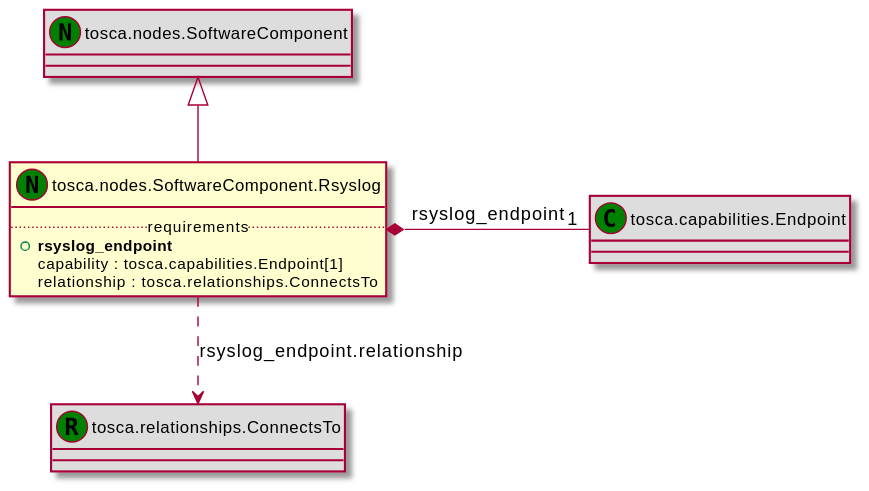
Above: examples/ariatosca/diagrams/uml2/rsyslog-uml2-class-diagram.svg in Orange-OpenSource/Cloudnet-TOSCA-toolbox (PlantUML), before the change.
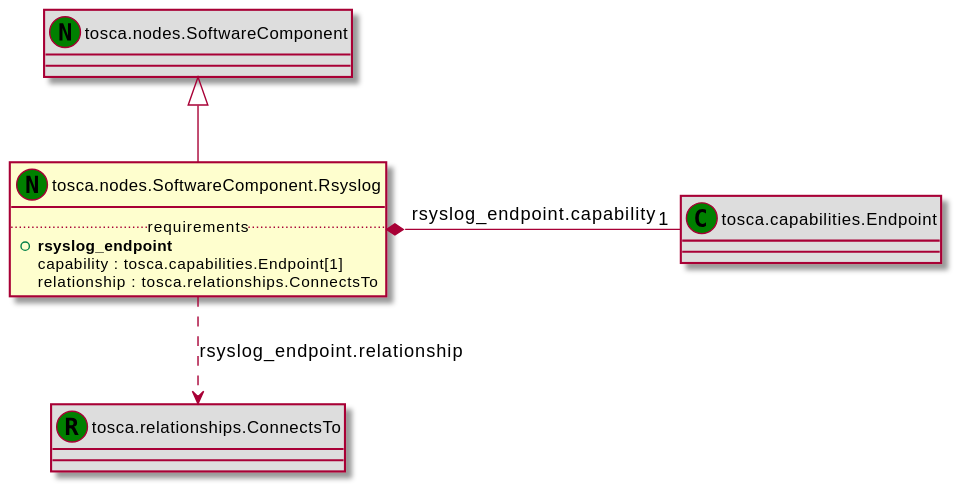
Later version of the same file.

The edit, as a diff of the source:
```diff
@@ -1,15 +1,15 @@
 @startuml
 set namespaceSeparator none
-class "tosca.nodes.SoftwareComponent" << (N,green) >> #DDDDDD
-"tosca.nodes.SoftwareComponent" <|-- "tosca.nodes.SoftwareComponent.Rsyslog"
-class "tosca.nodes.SoftwareComponent.Rsyslog" << (N,green) >> {
+class "tosca.nodes.SoftwareComponent" as tosca_nodes_SoftwareComponent_NT << (N,green) >> #DDDDDD
+class "tosca.nodes.SoftwareComponent.Rsyslog" as tosca_nodes_SoftwareComponent_Rsyslog_NT << (N,green) >> {
 .. requirements ..
 +<b>rsyslog_endpoint
  capability : tosca.capabilities.Endpoint[1]
  relationship : tosca.relationships.ConnectsTo
 }
-class "tosca.capabilities.Endpoint" << (C,green) >> #DDDDDD
-"tosca.nodes.SoftwareComponent.Rsyslog" *- "1" "tosca.capabilities.Endpoint" : rsyslog_endpoint
-class "tosca.relationships.ConnectsTo" << (R,green) >> #DDDDDD
-"tosca.nodes.SoftwareComponent.Rsyslog" ..> "tosca.relationships.ConnectsTo" : rsyslog_endpoint.relationship
+class "tosca.capabilities.Endpoint" as tosca_capabilities_Endpoint_CT << (C,green) >> #DDDDDD
+class "tosca.relationships.ConnectsTo" as tosca_relationships_ConnectsTo_RT << (R,green) >> #DDDDDD
+tosca_nodes_SoftwareComponent_NT <|-- tosca_nodes_SoftwareComponent_Rsyslog_NT
+tosca_nodes_SoftwareComponent_Rsyslog_NT *- "1" tosca_capabilities_Endpoint_CT : rsyslog_endpoint.capability
+tosca_nodes_SoftwareComponent_Rsyslog_NT ..> tosca_relationships_ConnectsTo_RT : rsyslog_endpoint.relationship
 @enduml
```
